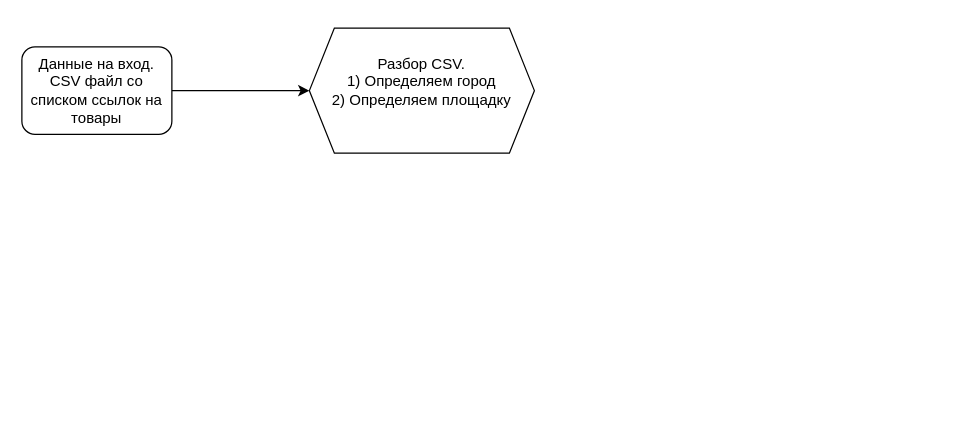
seikacu/drug_price_parser keeps this draw.io diagram as Project.drawio. Above is the earlier version. Source tidied: cells renumbered, new cells numbered last; positions are measured from the earlier drawing's top-left corner, leaving out a move shared by most shapes. Both pictures are drawn from the tidied source at 125%, with x=0, y=0 at pixel (21, 28).
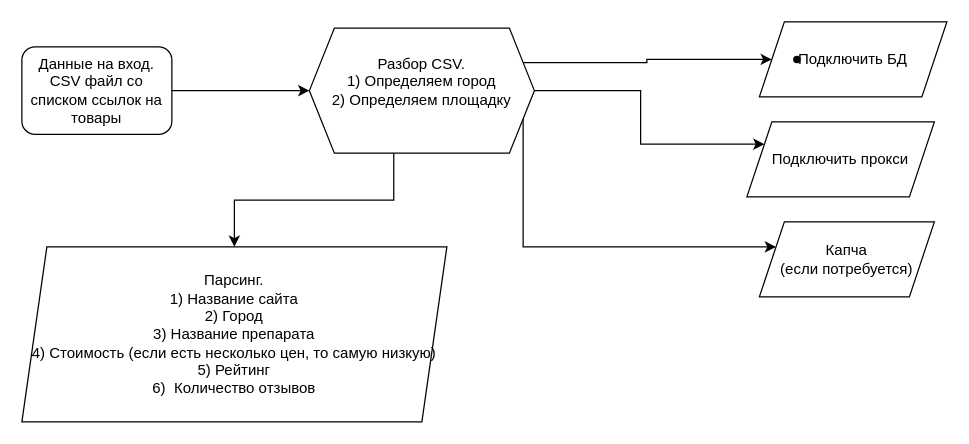
Above is the later version.

What changed in the source:
```diff
@@
 <mxGraphModel>
   <root>
     <mxCell id="0" />
     <mxCell id="1" parent="0" />
     <mxCell id="2" style="edgeStyle=orthogonalEdgeStyle;rounded=0;jettySize=auto;html=1;" parent="1" edge="1" source="3" target="4">
       <mxGeometry relative="1" as="geometry" />
     </mxCell>
     <mxCell id="3" value="Данные на вход. CSV файл со списком ссылок на товары&lt;br&gt;" style="rounded=1;whiteSpace=wrap;html=1;fontSize=12;glass=0;strokeWidth=1;shadow=0;" parent="1" vertex="1">
       <mxGeometry y="15" width="120" height="70" as="geometry" />
     </mxCell>
+    <mxCell id="5" style="edgeStyle=orthogonalEdgeStyle;rounded=0;jettySize=auto;html=1;exitX=1;exitY=0.25;exitDx=0;exitDy=0;entryX=0;entryY=0.5;entryDx=0;entryDy=0;" parent="1" edge="1" source="4" target="10">
+      <mxGeometry relative="1" as="geometry" />
+    </mxCell>
+    <mxCell id="6" style="edgeStyle=orthogonalEdgeStyle;rounded=0;jettySize=auto;html=1;exitX=1;exitY=0.5;exitDx=0;exitDy=0;entryX=0;entryY=0.25;entryDx=0;entryDy=0;" parent="1" edge="1" source="4" target="11">
+      <mxGeometry relative="1" as="geometry" />
+    </mxCell>
+    <mxCell id="7" style="edgeStyle=orthogonalEdgeStyle;rounded=0;jettySize=auto;html=1;exitX=1;exitY=0.75;exitDx=0;exitDy=0;" parent="1" edge="1" source="4" target="13">
+      <mxGeometry relative="1" as="geometry">
+        <Array as="points">
+          <mxPoint x="401" y="175" />
+        </Array>
+      </mxGeometry>
+    </mxCell>
+    <mxCell id="8" style="edgeStyle=orthogonalEdgeStyle;rounded=0;jettySize=auto;html=1;exitX=0.375;exitY=1;exitDx=0;exitDy=0;entryX=0.5;entryY=0;entryDx=0;entryDy=0;" parent="1" edge="1" source="4" target="9">
+      <mxGeometry relative="1" as="geometry" />
+    </mxCell>
     <mxCell id="4" value="Разбор CSV.&lt;br style=&quot;border-color: var(--border-color);&quot;&gt;1) Определяем город&lt;br style=&quot;border-color: var(--border-color);&quot;&gt;2) Определяем площадку&lt;br style=&quot;border-color: var(--border-color);&quot;&gt;&amp;nbsp;" style="shape=hexagon;perimeter=hexagonPerimeter2;whiteSpace=wrap;html=1;fixedSize=1;" parent="1" vertex="1">
       <mxGeometry x="230" width="180" height="100" as="geometry" />
     </mxCell>
+    <mxCell id="9" value="Парсинг.&lt;br&gt;&lt;span style=&quot;background-color: initial;&quot;&gt;1)&amp;nbsp;Название сайта&lt;/span&gt;&lt;br&gt;&lt;div style=&quot;&quot;&gt;&lt;span style=&quot;background-color: initial;&quot;&gt;2)&amp;nbsp;Город&lt;/span&gt;&lt;/div&gt;&lt;div style=&quot;&quot;&gt;&lt;span style=&quot;background-color: initial;&quot;&gt;3)&amp;nbsp;Название препарата&lt;/span&gt;&lt;/div&gt;4)&amp;nbsp;Стоимость (если есть несколько цен, то самую низкую)&lt;br&gt;&lt;div style=&quot;&quot;&gt;5)&amp;nbsp;Рейтинг&lt;br&gt;&lt;/div&gt;&lt;div style=&quot;&quot;&gt;6)&amp;nbsp;&amp;nbsp;Количество отзывов&lt;br&gt;&lt;/div&gt;" style="shape=parallelogram;perimeter=parallelogramPerimeter;whiteSpace=wrap;html=1;fixedSize=1;" parent="1" vertex="1">
+      <mxGeometry y="175" width="340" height="140" as="geometry" />
+    </mxCell>
+    <mxCell id="10" value="Подключить БД" style="shape=parallelogram;perimeter=parallelogramPerimeter;whiteSpace=wrap;html=1;fixedSize=1;" parent="1" vertex="1">
+      <mxGeometry x="590" y="-5" width="150" height="60" as="geometry" />
+    </mxCell>
+    <mxCell id="11" value="Подключить прокси" style="shape=parallelogram;perimeter=parallelogramPerimeter;whiteSpace=wrap;html=1;fixedSize=1;" parent="1" vertex="1">
+      <mxGeometry x="580" y="75" width="150" height="60" as="geometry" />
+    </mxCell>
+    <mxCell id="12" style="shape=waypoint;sketch=0;size=6;fillColor=default;perimeter=centerPerimeter;" parent="1" vertex="1">
+      <mxGeometry x="610" y="15" width="20" height="20" as="geometry" />
+    </mxCell>
+    <mxCell id="13" value="Капча&lt;br&gt;(если потребуется)" style="shape=parallelogram;perimeter=parallelogramPerimeter;whiteSpace=wrap;html=1;fixedSize=1;" parent="1" vertex="1">
+      <mxGeometry x="590" y="155" width="140" height="60" as="geometry" />
+    </mxCell>
   </root>
 </mxGraphModel>
```
